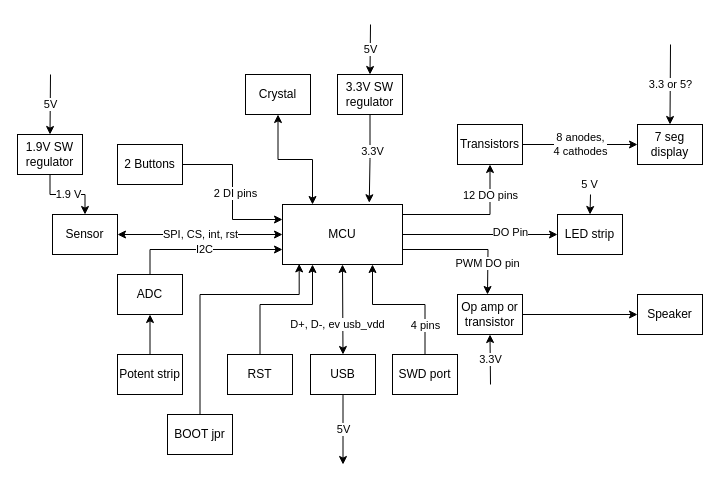
Above: Documents/Components diagram.drawio in Froopas/E7020E_Project (draw.io), before the change. Source tidied: cells renumbered, new cells numbered last; positions are measured from the earlier drawing's top-left corner, leaving out a move shared by most shapes. Both pictures are drawn from the tidied source at 100%, with x=0, y=0 at pixel (17, 24).
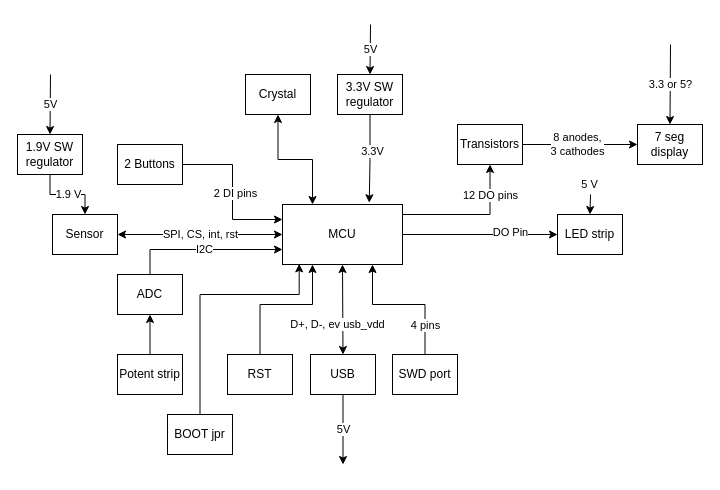
The same diagram, later.

Unchanged cells that the change refers to:
```xml
<mxCell id="7" value="MCU" style="rounded=0;whiteSpace=wrap;html=1;" parent="1" vertex="1">
  <mxGeometry x="265" y="180" width="120" height="60" as="geometry" />
</mxCell>
<mxCell id="11" value="7 seg display" style="rounded=0;whiteSpace=wrap;html=1;" parent="1" vertex="1">
  <mxGeometry x="620" y="100" width="65" height="40" as="geometry" />
</mxCell>
<mxCell id="13" value="Transistors" style="rounded=0;whiteSpace=wrap;html=1;" parent="1" vertex="1">
  <mxGeometry x="440" y="100" width="65" height="40" as="geometry" />
</mxCell>
```

Diff of the diagram source:
```diff
@@
-    <mxCell id="4" value="PWM DO pin" style="edgeStyle=orthogonalEdgeStyle;rounded=0;jettySize=auto;html=1;exitX=1;exitY=0.75;exitDx=0;exitDy=0;" parent="1" edge="1" source="7">
-      <mxGeometry x="0.54" relative="1" as="geometry">
-        <mxPoint x="470" y="270" as="targetPoint" />
-      </mxGeometry>
-    </mxCell>
@@
-    <mxCell id="12" value="8 anodes,&lt;br&gt;4 cathodes" style="edgeStyle=orthogonalEdgeStyle;rounded=0;jettySize=auto;html=1;entryX=0;entryY=0.5;entryDx=0;entryDy=0;" parent="1" edge="1" source="13" target="11">
-      <mxGeometry relative="1" as="geometry" />
+    <mxCell id="12" value="8 anodes,&lt;br&gt;3 cathodes" style="edgeStyle=orthogonalEdgeStyle;rounded=0;jettySize=auto;html=1;entryX=0;entryY=0.5;entryDx=0;entryDy=0;" parent="1" edge="1" source="13" target="11">
+      <mxGeometry x="-0.04" relative="1" as="geometry" />
     </mxCell>
@@
-    <mxCell id="14" style="edgeStyle=orthogonalEdgeStyle;rounded=0;jettySize=auto;html=1;entryX=0;entryY=0.5;entryDx=0;entryDy=0;" parent="1" edge="1" source="15" target="16">
-      <mxGeometry relative="1" as="geometry" />
-    </mxCell>
-    <mxCell id="15" value="Op amp or transistor" style="rounded=0;whiteSpace=wrap;html=1;" parent="1" vertex="1">
-      <mxGeometry x="440" y="270" width="65" height="40" as="geometry" />
-    </mxCell>
-    <mxCell id="16" value="Speaker" style="rounded=0;whiteSpace=wrap;html=1;" parent="1" vertex="1">
-      <mxGeometry x="620" y="270" width="65" height="40" as="geometry" />
-    </mxCell>
@@
-    <mxCell id="36" value="3.3V" style="endArrow=classic;html=1;entryX=0.5;entryY=1;entryDx=0;entryDy=0;" parent="1" edge="1" target="15">
-      <mxGeometry relative="1" as="geometry">
-        <mxPoint x="473" y="360" as="sourcePoint" />
-      </mxGeometry>
-    </mxCell>
```
